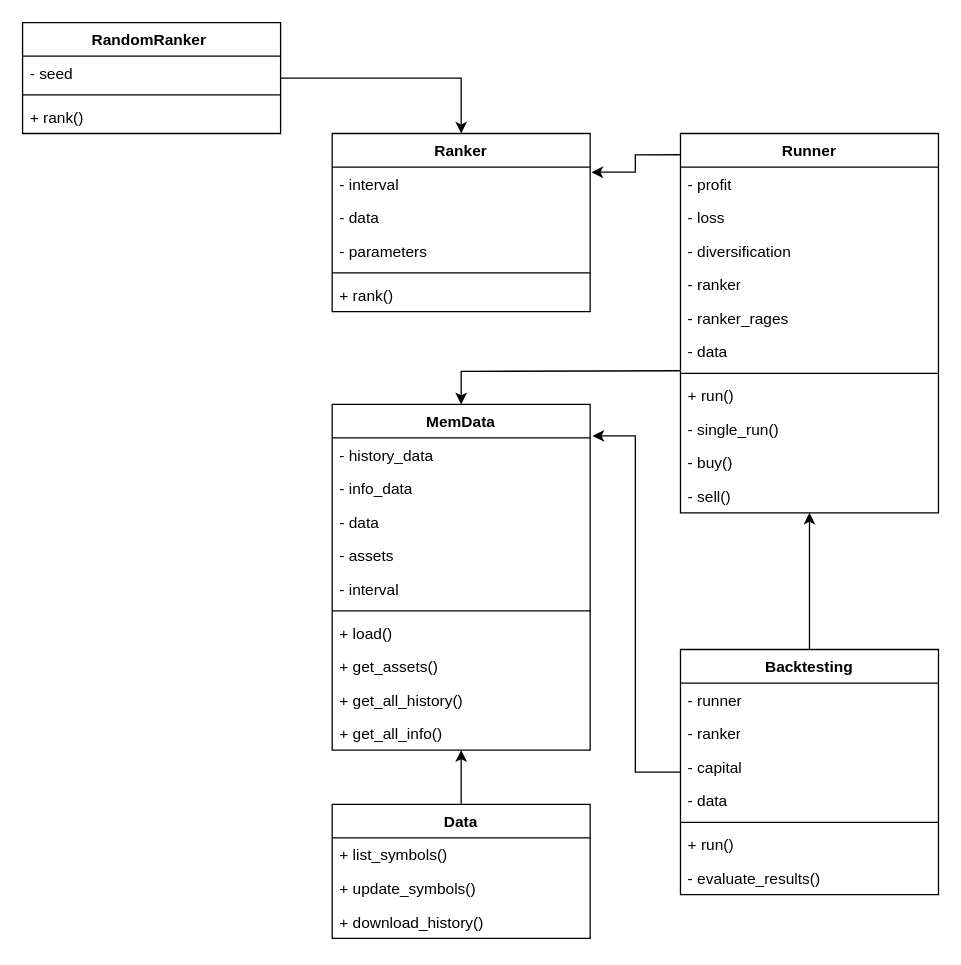
Above: diagrama.drawio in PortBackRank/PortBackRank (draw.io), before the change. Source tidied: cells renumbered, new cells numbered last; positions are measured from the earlier drawing's top-left corner, leaving out a move shared by most shapes. Both pictures are drawn from the tidied source at 129%, with x=0, y=0 at pixel (22, 22).
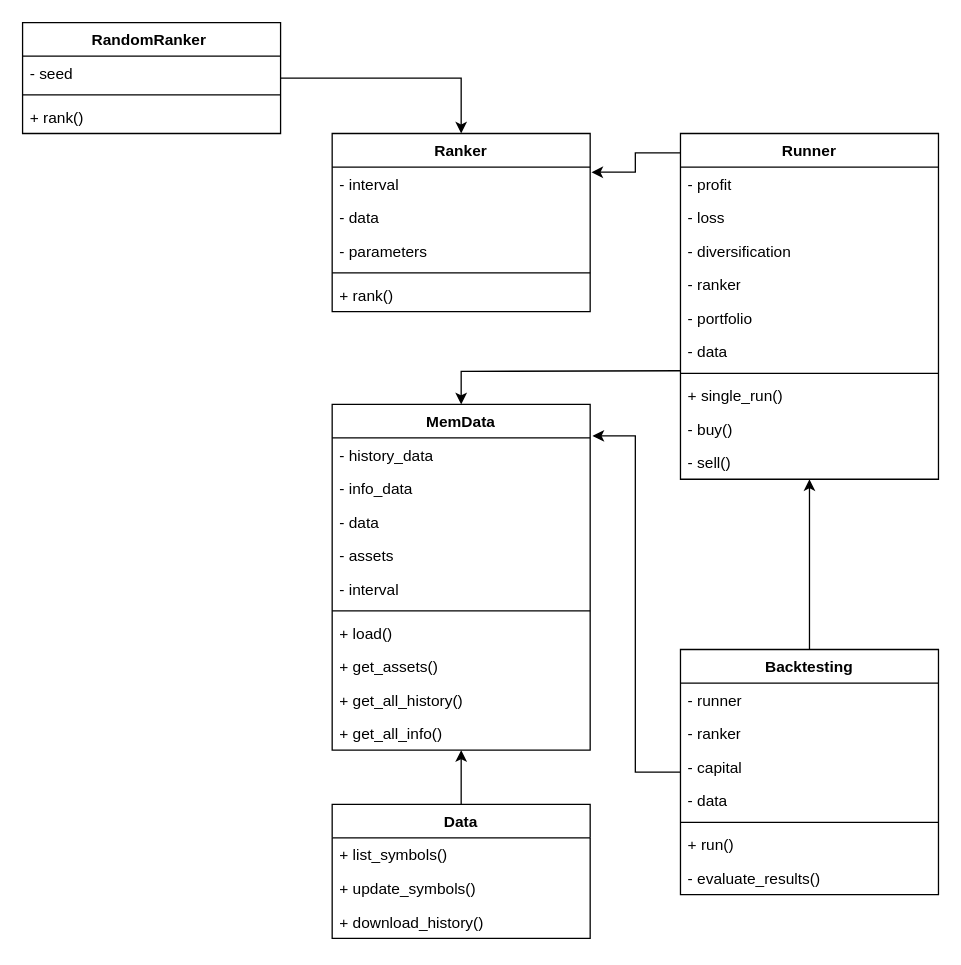
Above is the later version.

Commit message (it also covers changes not shown here):
adicionando novo ranker e ajustes gerais

Diff of the diagram source:
```diff
@@
     <mxCell id="14" value="Runner" style="swimlane;fontStyle=1;align=center;verticalAlign=top;horizontal=1;startSize=26;whiteSpace=wrap;html=1;" parent="1" vertex="1">
-      <mxGeometry x="510" y="86" width="200" height="294" as="geometry" />
+      <mxGeometry x="510" y="86" width="200" height="268" as="geometry" />
     </mxCell>
@@
-    <mxCell id="19" value="- ranker_rages" style="text;strokeColor=none;fillColor=none;align=left;verticalAlign=top;spacingLeft=4;spacingRight=4;overflow=hidden;whiteSpace=wrap;html=1;" parent="14" vertex="1">
+    <mxCell id="19" value="- portfolio" style="text;strokeColor=none;fillColor=none;align=left;verticalAlign=top;spacingLeft=4;spacingRight=4;overflow=hidden;whiteSpace=wrap;html=1;" parent="14" vertex="1">
       <mxGeometry y="130" width="200" height="26" as="geometry" />
     </mxCell>
@@
-    <mxCell id="22" value="+ run()" style="text;strokeColor=none;fillColor=none;align=left;verticalAlign=top;spacingLeft=4;spacingRight=4;overflow=hidden;whiteSpace=wrap;html=1;" parent="14" vertex="1">
-      <mxGeometry y="190" width="200" height="26" as="geometry" />
-    </mxCell>
-    <mxCell id="23" value="- single_run()" style="text;strokeColor=none;fillColor=none;align=left;verticalAlign=top;spacingLeft=4;spacingRight=4;overflow=hidden;whiteSpace=wrap;html=1;" parent="14" vertex="1">
-      <mxGeometry y="216" width="200" height="26" as="geometry" />
+    <mxCell id="23" value="+ single_run()" style="text;strokeColor=none;fillColor=none;align=left;verticalAlign=top;spacingLeft=4;spacingRight=4;overflow=hidden;whiteSpace=wrap;html=1;" parent="14" vertex="1">
+      <mxGeometry y="190" width="200" height="26" as="geometry" />
     </mxCell>
     <mxCell id="24" value="- buy()" style="text;strokeColor=none;fillColor=none;align=left;verticalAlign=top;spacingLeft=4;spacingRight=4;overflow=hidden;whiteSpace=wrap;html=1;" parent="14" vertex="1">
-      <mxGeometry y="242" width="200" height="26" as="geometry" />
+      <mxGeometry y="216" width="200" height="26" as="geometry" />
     </mxCell>
     <mxCell id="25" value="- sell()" style="text;strokeColor=none;fillColor=none;align=left;verticalAlign=top;spacingLeft=4;spacingRight=4;overflow=hidden;whiteSpace=wrap;html=1;" parent="14" vertex="1">
-      <mxGeometry y="268" width="200" height="26" as="geometry" />
+      <mxGeometry y="242" width="200" height="26" as="geometry" />
     </mxCell>
```
